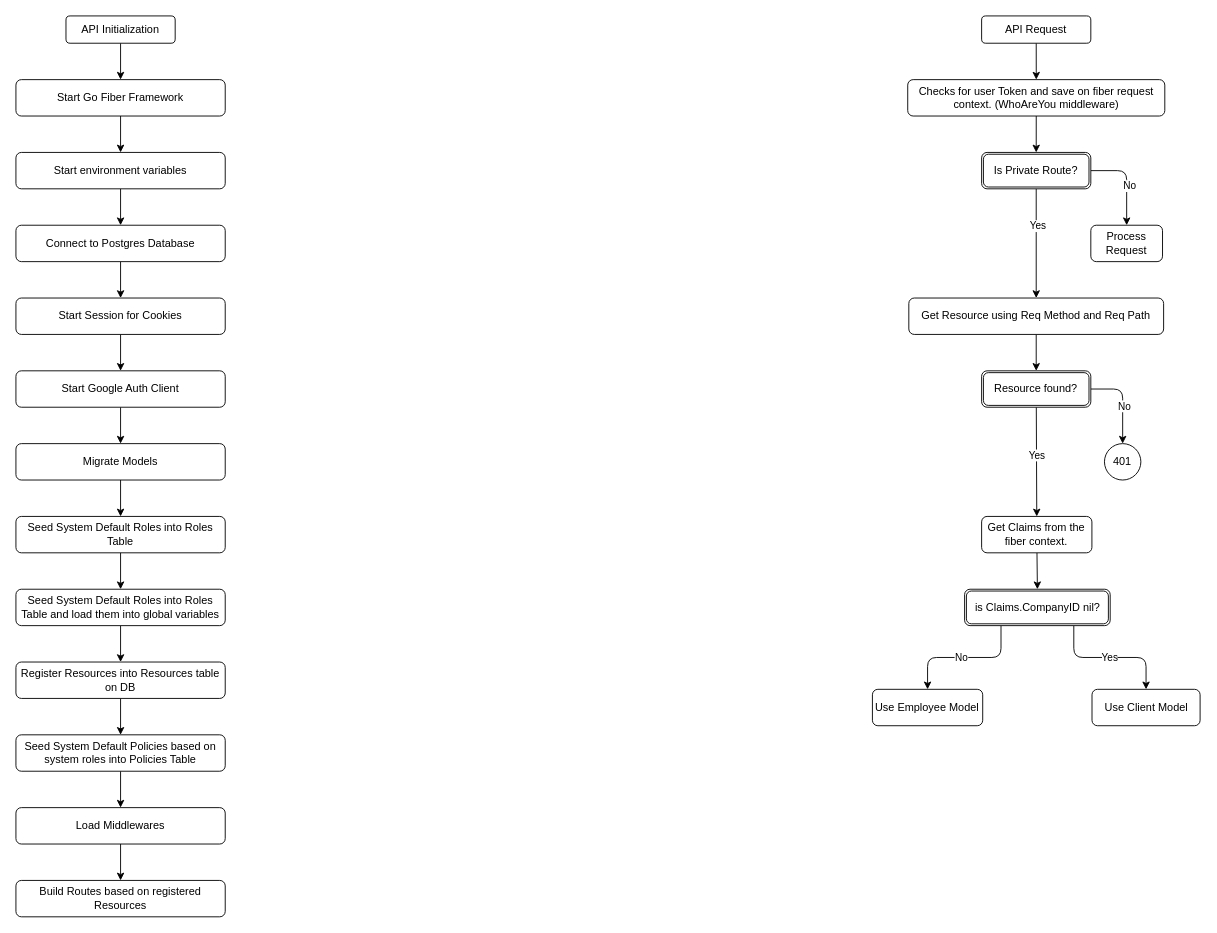
Above: workflow.drawio in mynute-app/mynute-go (draw.io), before the change. Source tidied: cells renumbered, new cells numbered last; positions are measured from the earlier drawing's top-left corner, leaving out a move shared by most shapes. Both pictures are drawn from the tidied source at 91%, with x=0, y=0 at pixel (15, 15).
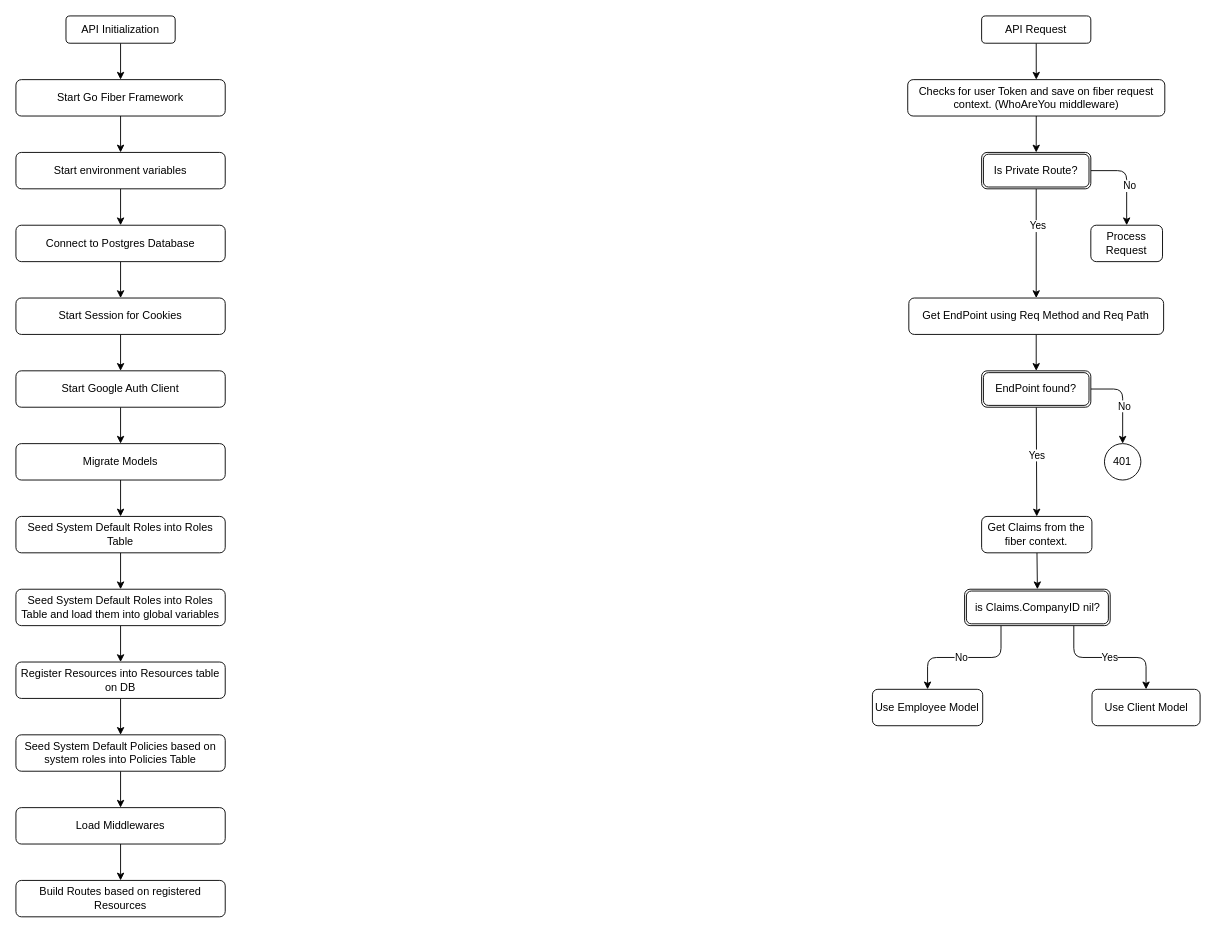
The same page after the edit.

Commit message (it also covers changes not shown here):
Changing resource to endpoint and enhancing code structure and logic. Still need to test.

What changed in the source:
```diff
@@
-    <mxCell id="33" value="Get Resource using Req Method and Req Path" style="rounded=1;whiteSpace=wrap;html=1;" parent="1" vertex="1">
+    <mxCell id="33" value="Get EndPoint using Req Method and Req Path" style="rounded=1;whiteSpace=wrap;html=1;" parent="1" vertex="1">
       <mxGeometry x="981.2" y="310" width="280" height="40" as="geometry" />
     </mxCell>
@@
-    <mxCell id="51" value="Resource found?" style="shape=ext;double=1;rounded=1;whiteSpace=wrap;html=1;" parent="1" vertex="1">
+    <mxCell id="51" value="EndPoint found?" style="shape=ext;double=1;rounded=1;whiteSpace=wrap;html=1;" parent="1" vertex="1">
       <mxGeometry x="1061.2" y="390" width="120" height="40" as="geometry" />
     </mxCell>
```
